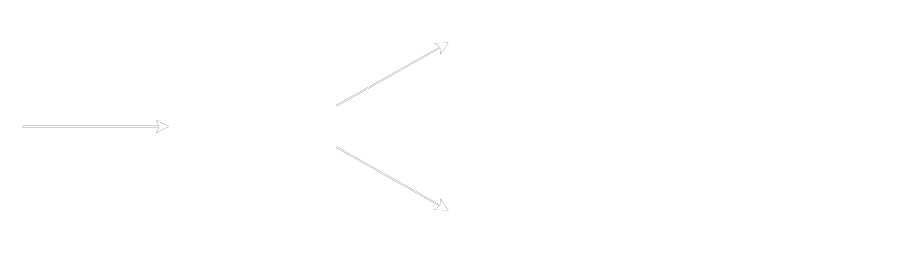
This is slides/2022-05-05/150_gitlab/120_ldap/ldap.drawio.svg from nicholasdille/dille.name, a draw.io export, as it was before one commit. Source tidied: cells renumbered, new cells last; positions are measured from the earlier drawing's top-left corner, leaving out a move shared by most shapes. Its diagram source:
```xml
<mxGraphModel>
  <root>
    <mxCell id="0" />
    <mxCell id="1" parent="0" />
    <mxCell id="2" style="shape=umlActor;verticalLabelPosition=bottom;verticalAlign=top;html=1;outlineConnect=0;fillColor=none;strokeColor=#FFFFFF;" parent="1" vertex="1">
      <mxGeometry y="60" width="30" height="60" as="geometry" />
    </mxCell>
    <mxCell id="3" value="traefik" style="rounded=1;whiteSpace=wrap;html=1;fillColor=none;strokeColor=#FFFFFF;fontColor=#FFFFFF;" parent="1" vertex="1">
      <mxGeometry x="120" y="60" width="120" height="60" as="geometry" />
    </mxCell>
    <mxCell id="4" value="GitLab" style="rounded=1;whiteSpace=wrap;html=1;fillColor=none;strokeColor=#FFFFFF;fontColor=#FFFFFF;" parent="1" vertex="1">
      <mxGeometry x="320" width="120" height="60" as="geometry" />
    </mxCell>
    <mxCell id="5" value="Keycloak" style="rounded=1;whiteSpace=wrap;html=1;fillColor=none;strokeColor=#FFFFFF;fontColor=#FFFFFF;" parent="1" vertex="1">
      <mxGeometry x="320" y="120" width="120" height="60" as="geometry" />
    </mxCell>
    <mxCell id="6" value="OpenLDAP" style="rounded=1;whiteSpace=wrap;html=1;fillColor=none;strokeColor=#FFFFFF;fontColor=#FFFFFF;" parent="1" vertex="1">
      <mxGeometry x="520" y="60" width="120" height="60" as="geometry" />
    </mxCell>
    <mxCell id="7" style="endArrow=classic;html=1;entryX=0;entryY=0.5;entryDx=0;entryDy=0;exitX=0.5;exitY=0.5;exitDx=0;exitDy=0;exitPerimeter=0;" parent="1" edge="1" source="2" target="3">
      <mxGeometry relative="1" as="geometry" />
    </mxCell>
    <mxCell id="8" style="endArrow=classic;html=1;entryX=0;entryY=0.5;entryDx=0;entryDy=0;exitX=1;exitY=0.75;exitDx=0;exitDy=0;" parent="1" edge="1" source="3" target="5">
      <mxGeometry relative="1" as="geometry" />
    </mxCell>
    <mxCell id="9" style="endArrow=classic;html=1;entryX=0;entryY=0.5;entryDx=0;entryDy=0;exitX=1;exitY=0.25;exitDx=0;exitDy=0;" parent="1" edge="1" source="3" target="4">
      <mxGeometry relative="1" as="geometry" />
    </mxCell>
    <mxCell id="10" style="endArrow=classic;html=1;entryX=0;entryY=0.25;entryDx=0;entryDy=0;exitX=1;exitY=0.5;exitDx=0;exitDy=0;strokeColor=#FFFFFF;" parent="1" edge="1" source="4" target="6">
      <mxGeometry relative="1" as="geometry" />
    </mxCell>
    <mxCell id="11" style="endArrow=classic;html=1;entryX=0;entryY=0.75;entryDx=0;entryDy=0;exitX=1;exitY=0.5;exitDx=0;exitDy=0;strokeColor=#FFFFFF;" parent="1" edge="1" source="5" target="6">
      <mxGeometry relative="1" as="geometry" />
    </mxCell>
    <mxCell id="12" style="endArrow=classic;html=1;entryX=0;entryY=0.5;entryDx=0;entryDy=0;exitX=0.5;exitY=0.5;exitDx=0;exitDy=0;exitPerimeter=0;strokeColor=#FFFFFF;" parent="1" edge="1">
      <mxGeometry relative="1" as="geometry">
        <mxPoint x="15" y="90" as="sourcePoint" />
        <mxPoint x="120" y="90" as="targetPoint" />
      </mxGeometry>
    </mxCell>
    <mxCell id="13" style="endArrow=classic;html=1;entryX=0;entryY=0.5;entryDx=0;entryDy=0;exitX=1;exitY=0.25;exitDx=0;exitDy=0;strokeColor=#FFFFFF;" parent="1" edge="1">
      <mxGeometry relative="1" as="geometry">
        <mxPoint x="240" y="75" as="sourcePoint" />
        <mxPoint x="320" y="30" as="targetPoint" />
      </mxGeometry>
    </mxCell>
    <mxCell id="14" style="endArrow=classic;html=1;entryX=0;entryY=0.5;entryDx=0;entryDy=0;exitX=1;exitY=0.75;exitDx=0;exitDy=0;strokeColor=#FFFFFF;" parent="1" edge="1">
      <mxGeometry relative="1" as="geometry">
        <mxPoint x="240" y="105" as="sourcePoint" />
        <mxPoint x="320" y="150" as="targetPoint" />
      </mxGeometry>
    </mxCell>
  </root>
</mxGraphModel>
```
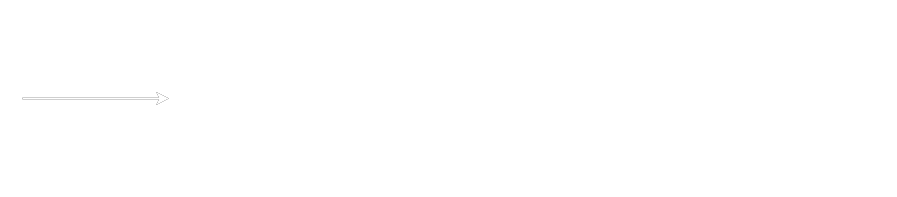
After the change.

Change to the diagram source:
```diff
@@ -9,10 +9,10 @@
       <mxGeometry x="120" y="60" width="120" height="60" as="geometry" />
     </mxCell>
     <mxCell id="4" value="GitLab" style="rounded=1;whiteSpace=wrap;html=1;fillColor=none;strokeColor=#FFFFFF;fontColor=#FFFFFF;" parent="1" vertex="1">
-      <mxGeometry x="320" width="120" height="60" as="geometry" />
+      <mxGeometry x="320" y="20" width="120" height="60" as="geometry" />
     </mxCell>
     <mxCell id="5" value="Keycloak" style="rounded=1;whiteSpace=wrap;html=1;fillColor=none;strokeColor=#FFFFFF;fontColor=#FFFFFF;" parent="1" vertex="1">
-      <mxGeometry x="320" y="120" width="120" height="60" as="geometry" />
+      <mxGeometry x="320" y="100" width="120" height="60" as="geometry" />
     </mxCell>
     <mxCell id="6" value="OpenLDAP" style="rounded=1;whiteSpace=wrap;html=1;fillColor=none;strokeColor=#FFFFFF;fontColor=#FFFFFF;" parent="1" vertex="1">
       <mxGeometry x="520" y="60" width="120" height="60" as="geometry" />
@@ -20,10 +20,10 @@
     <mxCell id="7" style="endArrow=classic;html=1;entryX=0;entryY=0.5;entryDx=0;entryDy=0;exitX=0.5;exitY=0.5;exitDx=0;exitDy=0;exitPerimeter=0;" parent="1" edge="1" source="2" target="3">
       <mxGeometry relative="1" as="geometry" />
     </mxCell>
-    <mxCell id="8" style="endArrow=classic;html=1;entryX=0;entryY=0.5;entryDx=0;entryDy=0;exitX=1;exitY=0.75;exitDx=0;exitDy=0;" parent="1" edge="1" source="3" target="5">
+    <mxCell id="8" style="endArrow=classic;html=1;entryX=0;entryY=0.5;entryDx=0;entryDy=0;exitX=1;exitY=0.75;exitDx=0;exitDy=0;strokeColor=#FFFFFF;" parent="1" edge="1" source="3" target="5">
       <mxGeometry relative="1" as="geometry" />
     </mxCell>
-    <mxCell id="9" style="endArrow=classic;html=1;entryX=0;entryY=0.5;entryDx=0;entryDy=0;exitX=1;exitY=0.25;exitDx=0;exitDy=0;" parent="1" edge="1" source="3" target="4">
+    <mxCell id="9" style="endArrow=classic;html=1;entryX=0;entryY=0.5;entryDx=0;entryDy=0;exitX=1;exitY=0.25;exitDx=0;exitDy=0;strokeColor=#FFFFFF;" parent="1" edge="1" source="3" target="4">
       <mxGeometry relative="1" as="geometry" />
     </mxCell>
     <mxCell id="10" style="endArrow=classic;html=1;entryX=0;entryY=0.25;entryDx=0;entryDy=0;exitX=1;exitY=0.5;exitDx=0;exitDy=0;strokeColor=#FFFFFF;" parent="1" edge="1" source="4" target="6">
@@ -38,17 +38,5 @@
         <mxPoint x="120" y="90" as="targetPoint" />
       </mxGeometry>
     </mxCell>
-    <mxCell id="13" style="endArrow=classic;html=1;entryX=0;entryY=0.5;entryDx=0;entryDy=0;exitX=1;exitY=0.25;exitDx=0;exitDy=0;strokeColor=#FFFFFF;" parent="1" edge="1">
-      <mxGeometry relative="1" as="geometry">
-        <mxPoint x="240" y="75" as="sourcePoint" />
-        <mxPoint x="320" y="30" as="targetPoint" />
-      </mxGeometry>
-    </mxCell>
-    <mxCell id="14" style="endArrow=classic;html=1;entryX=0;entryY=0.5;entryDx=0;entryDy=0;exitX=1;exitY=0.75;exitDx=0;exitDy=0;strokeColor=#FFFFFF;" parent="1" edge="1">
-      <mxGeometry relative="1" as="geometry">
-        <mxPoint x="240" y="105" as="sourcePoint" />
-        <mxPoint x="320" y="150" as="targetPoint" />
-      </mxGeometry>
-    </mxCell>
   </root>
 </mxGraphModel>
```
